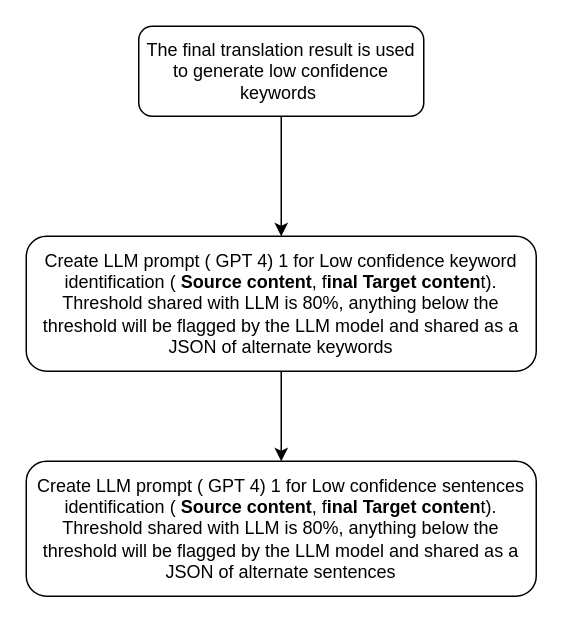
nsareen-oa/diagrams keeps this draw.io diagram as page "Post Translation" (3 of 3) of GenAI_WSF_Translation_Process_Flow.drawio. Above is the earlier version. Source tidied: cells renumbered, new cells numbered last; positions are measured from the earlier drawing's top-left corner, leaving out a move shared by most shapes. Both pictures are drawn from the tidied source at 150%, with x=0, y=0 at pixel (26, 26).
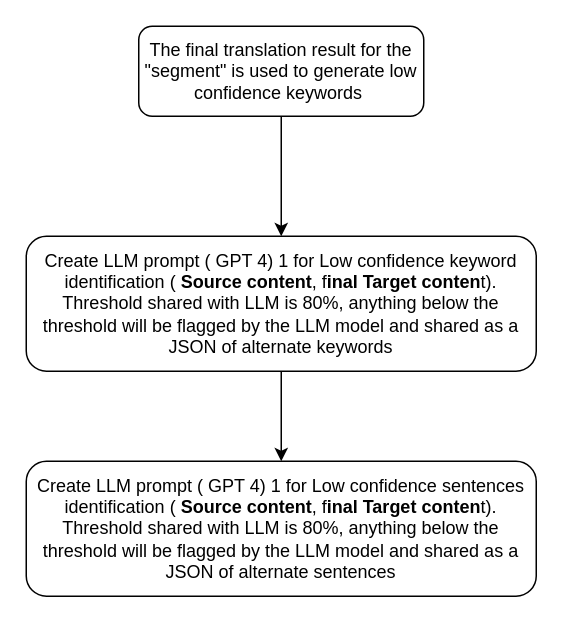
The same diagram, later.

Change to the diagram source:
```diff
@@
 <mxGraphModel>
   <root>
     <mxCell id="0" />
     <mxCell id="1" parent="0" />
     <mxCell id="2" style="edgeStyle=orthogonalEdgeStyle;rounded=0;jettySize=auto;html=1;" parent="1" edge="1" source="3" target="5">
       <mxGeometry relative="1" as="geometry" />
     </mxCell>
-    <mxCell id="3" value="The final translation result is used to generate low confidence keywords&amp;nbsp;" style="rounded=1;whiteSpace=wrap;html=1;" parent="1" vertex="1">
+    <mxCell id="3" value="The final translation result for the &quot;segment&quot; is used to generate low confidence keywords&amp;nbsp;" style="rounded=1;whiteSpace=wrap;html=1;" parent="1" vertex="1">
       <mxGeometry x="75" width="190" height="60" as="geometry" />
     </mxCell>
     <mxCell id="4" style="edgeStyle=orthogonalEdgeStyle;rounded=0;jettySize=auto;html=1;" parent="1" edge="1" source="5" target="6">
       <mxGeometry relative="1" as="geometry" />
     </mxCell>
     <mxCell id="5" value="Create LLM prompt ( GPT 4) 1 for Low confidence keyword identification ( &lt;b&gt;Source content&lt;/b&gt;, f&lt;b&gt;inal Target conten&lt;/b&gt;t). Threshold shared with LLM is 80%, anything below the threshold will be flagged by the LLM model and shared as a JSON of alternate keywords" style="whiteSpace=wrap;html=1;rounded=1;" parent="1" vertex="1">
       <mxGeometry y="140" width="340" height="90" as="geometry" />
     </mxCell>
     <mxCell id="6" value="Create LLM prompt ( GPT 4) 1 for Low confidence sentences identification ( &lt;b&gt;Source content&lt;/b&gt;, f&lt;b&gt;inal Target conten&lt;/b&gt;t). Threshold shared with LLM is 80%, anything below the threshold will be flagged by the LLM model and shared as a JSON of alternate sentences" style="whiteSpace=wrap;html=1;rounded=1;" parent="1" vertex="1">
       <mxGeometry y="290" width="340" height="90" as="geometry" />
     </mxCell>
   </root>
 </mxGraphModel>
```
